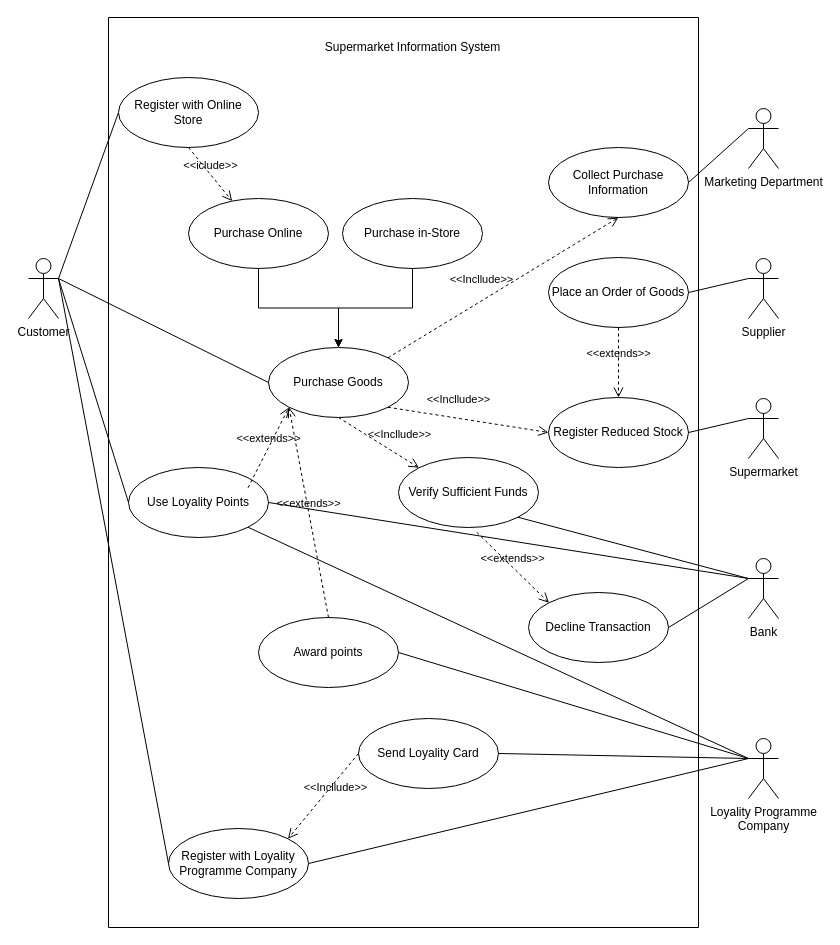
Above: Untitled Diagram.drawio in vikussia48/mwcd-task1 (draw.io), before the change. Source tidied: cells renumbered, new cells numbered last; positions are measured from the earlier drawing's top-left corner, leaving out a move shared by most shapes. Both pictures are drawn from the tidied source at 100%, with x=0, y=0 at pixel (28, 17).
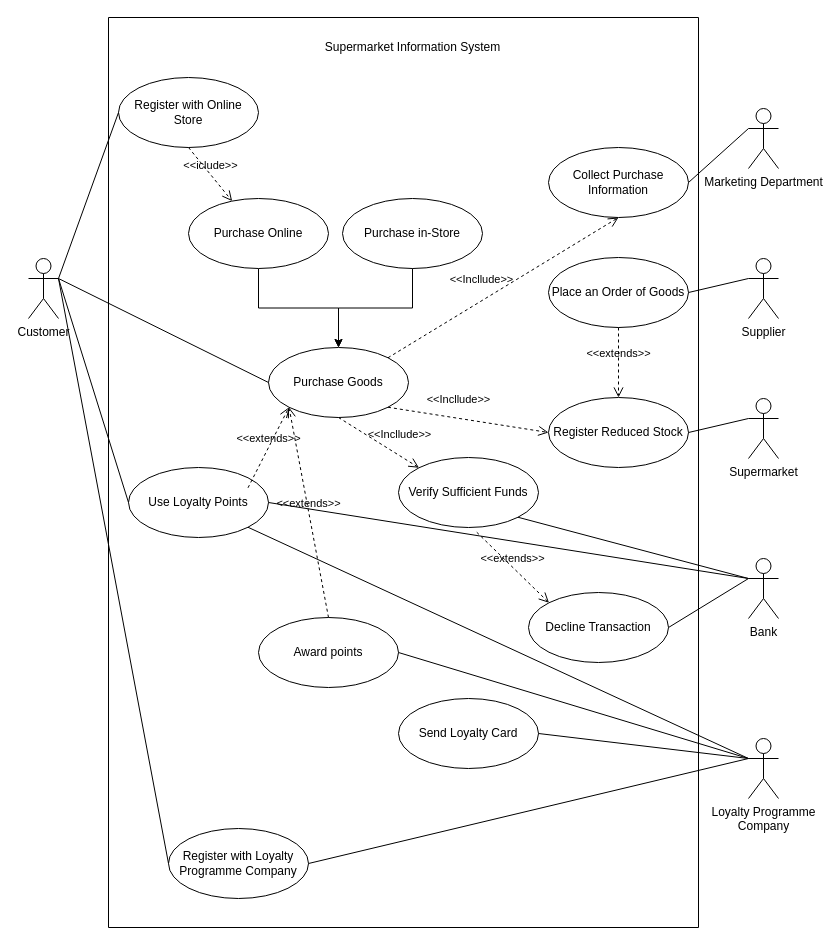
Above is the later version.

The change refers to these unchanged cells:
```xml
<mxCell id="2" style="swimlane;startSize=0;" parent="1" vertex="1">
  <mxGeometry x="80" width="590" height="910" as="geometry" />
</mxCell>
```

What changed in the source:
```diff
@@
-    <mxCell id="9" value="Register with Loyality Programme Company" style="ellipse;whiteSpace=wrap;html=1;" parent="2" vertex="1">
+    <mxCell id="9" value="Register with Loyalty Programme Company" style="ellipse;whiteSpace=wrap;html=1;" parent="2" vertex="1">
       <mxGeometry x="60" y="811" width="140" height="70" as="geometry" />
     </mxCell>
@@
-    <mxCell id="11" value="Send Loyality Card" style="ellipse;whiteSpace=wrap;html=1;" parent="2" vertex="1">
-      <mxGeometry x="250" y="701" width="140" height="70" as="geometry" />
+    <mxCell id="11" value="Send Loyalty Card" style="ellipse;whiteSpace=wrap;html=1;" parent="2" vertex="1">
+      <mxGeometry x="290" y="681" width="140" height="70" as="geometry" />
     </mxCell>
-    <mxCell id="12" value="Use Loyality Points" style="ellipse;whiteSpace=wrap;html=1;" parent="2" vertex="1">
+    <mxCell id="12" value="Use Loyalty Points" style="ellipse;whiteSpace=wrap;html=1;" parent="2" vertex="1">
       <mxGeometry x="20" y="450" width="140" height="70" as="geometry" />
     </mxCell>
@@
-    <mxCell id="21" value="&amp;lt;&amp;lt;Incllude&amp;gt;&amp;gt;" style="endArrow=open;startArrow=none;endFill=0;startFill=0;endSize=8;html=1;verticalAlign=bottom;dashed=1;labelBackgroundColor=none;rounded=0;exitX=0;exitY=0.5;exitDx=0;exitDy=0;entryX=1;entryY=0;entryDx=0;entryDy=0;" parent="2" edge="1" source="11" target="9">
-      <mxGeometry x="-0.14" y="10" relative="1" as="geometry" />
-    </mxCell>
@@
-    <mxCell id="31" value="Loyality Programme&lt;br&gt;Company" style="shape=umlActor;verticalLabelPosition=bottom;verticalAlign=top;html=1;" parent="1" vertex="1">
+    <mxCell id="31" value="Loyalty Programme&lt;br&gt;Company" style="shape=umlActor;verticalLabelPosition=bottom;verticalAlign=top;html=1;" parent="1" vertex="1">
       <mxGeometry x="720" y="721" width="30" height="60" as="geometry" />
     </mxCell>
```
